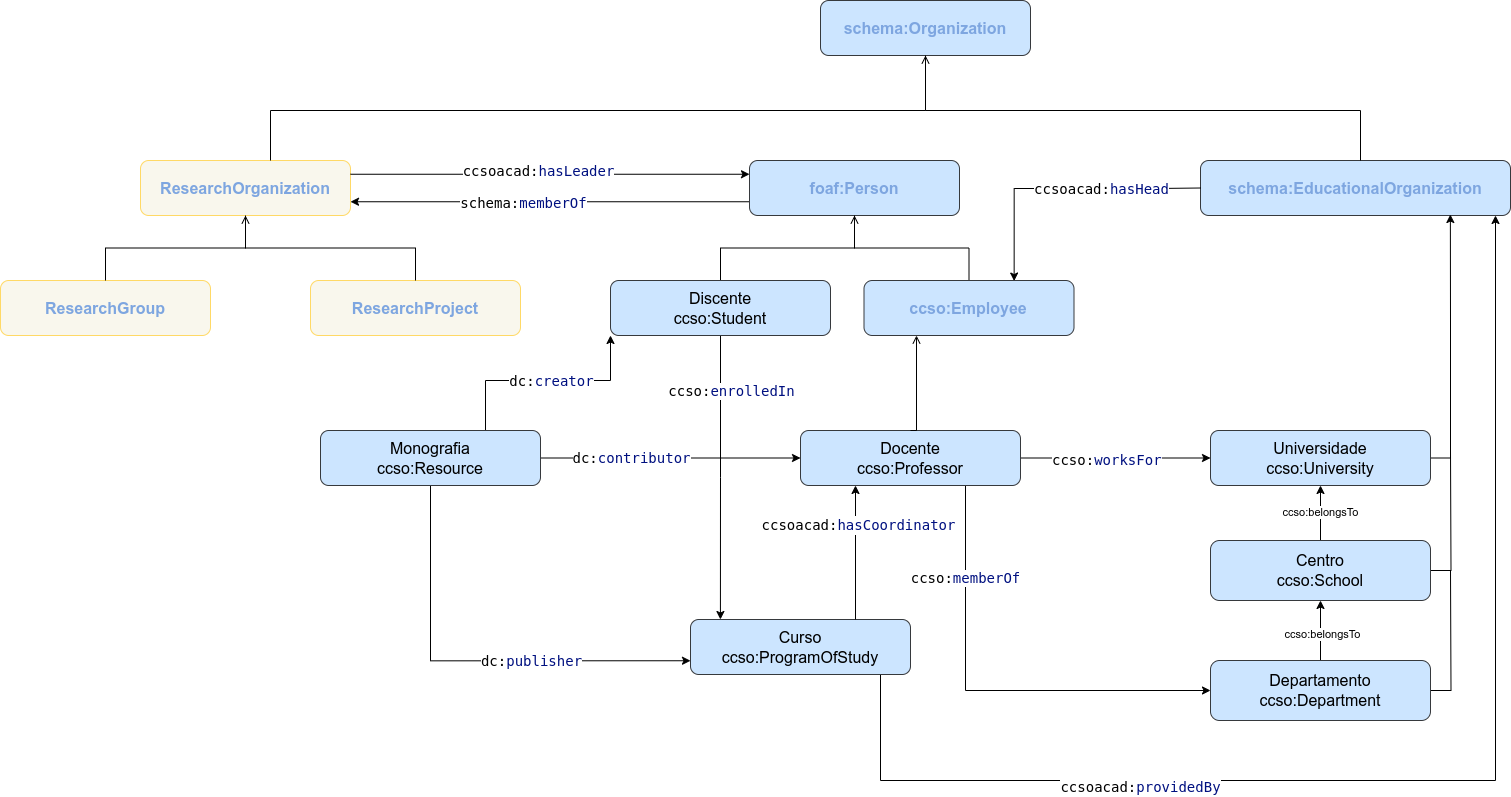
Above: docs/img/relations.png in LambdaGeo/ccso-dbacademic (draw.io), before the change. Source tidied: cells renumbered, new cells last; positions are measured from the earlier drawing's top-left corner, leaving out a move shared by most shapes.
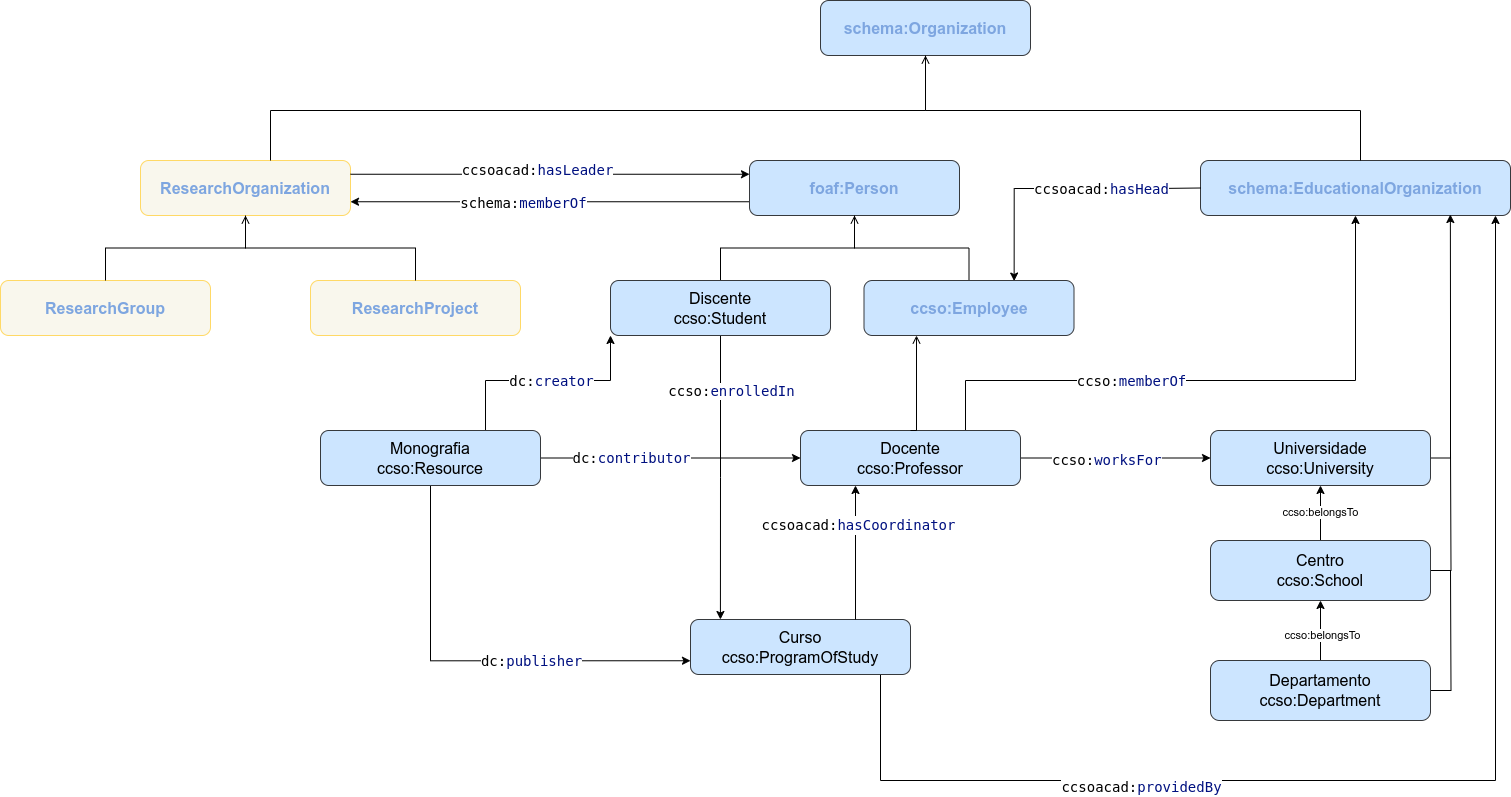
Later version of the same file.

The edit, as a diff of the source:
```diff
@@ -93,11 +93,18 @@
     <mxCell id="24" value="&lt;span style=&quot;font-size: 16px;&quot;&gt;Curso&lt;br&gt;ccso:ProgramOfStudy&lt;/span&gt;" style="rounded=1;whiteSpace=wrap;html=1;fillColor=#cce5ff;strokeColor=#36393d;verticalAlign=middle;" parent="2" vertex="1">
       <mxGeometry x="690" y="619" width="220" height="55" as="geometry" />
     </mxCell>
-    <mxCell id="25" style="edgeStyle=orthogonalEdgeStyle;rounded=0;jettySize=auto;html=1;entryX=0;entryY=0.5;entryDx=0;entryDy=0;exitX=0.75;exitY=1;exitDx=0;exitDy=0;" parent="2" edge="1" source="30" target="21">
-      <mxGeometry relative="1" as="geometry" />
+    <mxCell id="25" style="edgeStyle=orthogonalEdgeStyle;rounded=0;jettySize=auto;html=1;exitX=0.75;exitY=1;exitDx=0;exitDy=0;" parent="2" edge="1" source="30" target="11">
+      <mxGeometry relative="1" as="geometry">
+        <Array as="points">
+          <mxPoint x="965" y="380" />
+          <mxPoint x="1355" y="380" />
+        </Array>
+      </mxGeometry>
     </mxCell>
     <mxCell id="26" value="&lt;span style=&quot;color: rgb(0, 0, 0); font-family: &amp;quot;Droid Sans Mono&amp;quot;, &amp;quot;monospace&amp;quot;, monospace; font-size: 14px; font-style: normal; font-variant-ligatures: normal; font-variant-caps: normal; font-weight: 400; letter-spacing: normal; orphans: 2; text-align: center; text-indent: 0px; text-transform: none; widows: 2; word-spacing: 0px; -webkit-text-stroke-width: 0px; background-color: rgb(255, 255, 255); text-decoration-thickness: initial; text-decoration-style: initial; text-decoration-color: initial; float: none; display: inline !important;&quot;&gt;ccso:&lt;/span&gt;&lt;span style=&quot;border-color: var(--border-color); font-family: &amp;quot;Droid Sans Mono&amp;quot;, &amp;quot;monospace&amp;quot;, monospace; font-size: 14px; font-style: normal; font-variant-ligatures: normal; font-variant-caps: normal; font-weight: 400; letter-spacing: normal; orphans: 2; text-align: center; text-indent: 0px; text-transform: none; widows: 2; word-spacing: 0px; -webkit-text-stroke-width: 0px; background-color: rgb(255, 255, 255); text-decoration-thickness: initial; text-decoration-style: initial; text-decoration-color: initial; color: rgb(0, 16, 128);&quot;&gt;memberOf&lt;/span&gt;" style="edgeLabel;html=1;align=center;verticalAlign=middle;" parent="25" vertex="1">
-      <mxGeometry x="-0.59" y="-1" relative="1" as="geometry" />
+      <mxGeometry x="-0.59" y="-1" relative="1" as="geometry">
+        <mxPoint x="136" y="-1" as="offset" />
+      </mxGeometry>
     </mxCell>
     <mxCell id="27" style="edgeStyle=orthogonalEdgeStyle;rounded=0;jettySize=auto;html=1;exitX=0.715;exitY=0.01;exitDx=0;exitDy=0;endArrow=none;endFill=0;startArrow=classic;startFill=1;entryX=0;entryY=0.5;entryDx=0;entryDy=0;exitPerimeter=0;" parent="2" edge="1" source="41" target="11">
       <mxGeometry relative="1" as="geometry">
```
